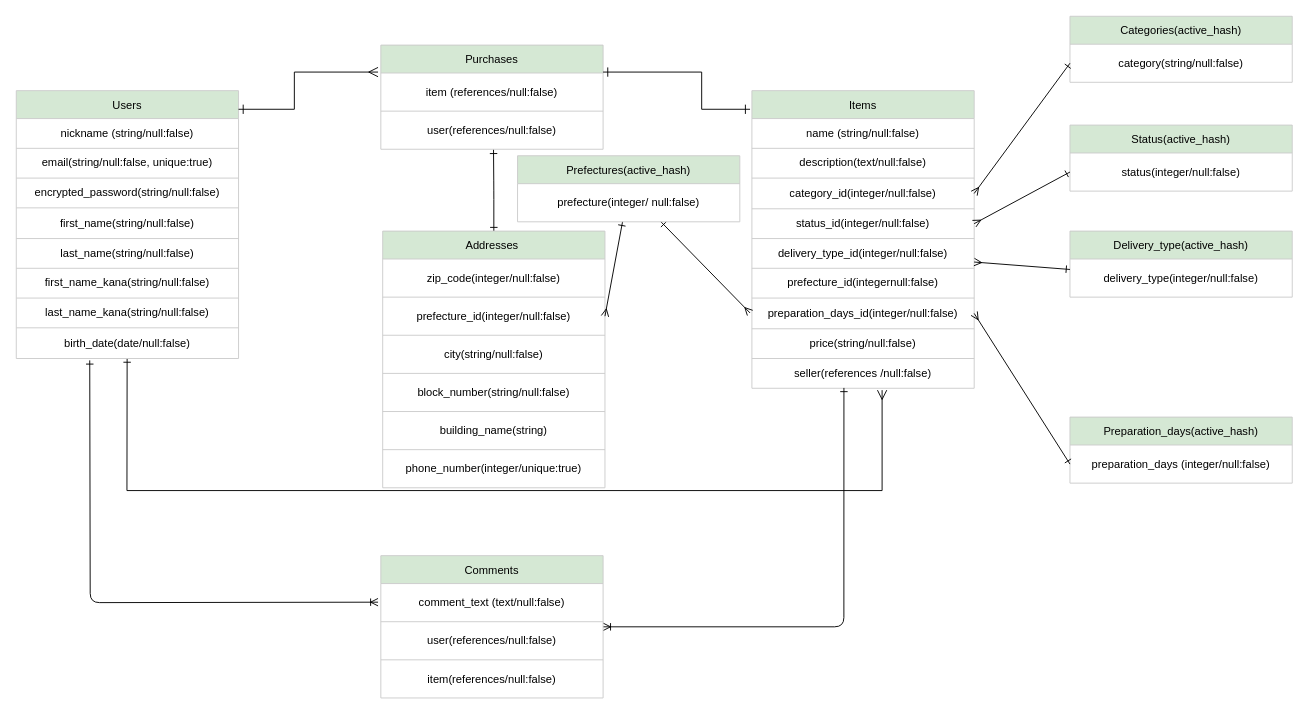
Earlier version of the draw.io diagram ER.dio (masahito19770526/furima-38965). Source tidied: cells renumbered, new cells numbered last; positions are measured from the earlier drawing's top-left corner, leaving out a move shared by most shapes. Both pictures are drawn from the tidied source at 93%, with x=0, y=0 at pixel (16, 16).
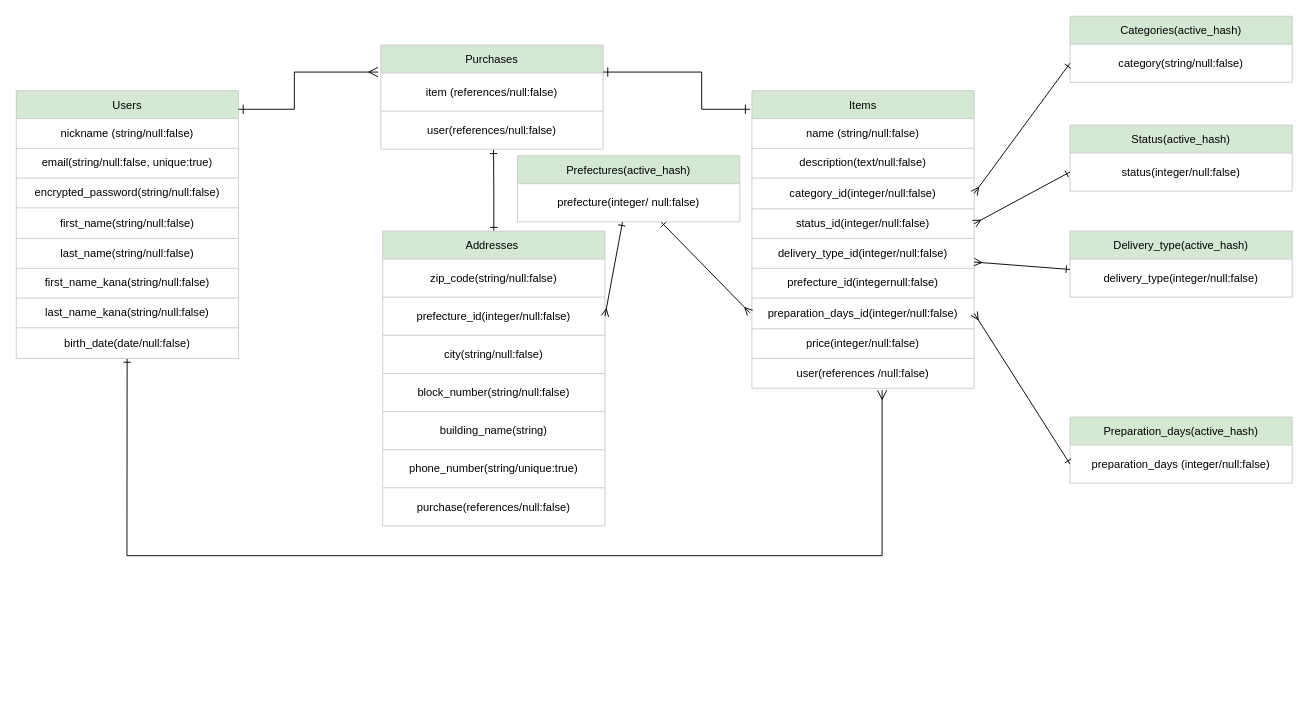
Above is the later version.

Unchanged cells that the change refers to:
```xml
<mxCell id="35" style="shape=tableRow;horizontal=0;startSize=0;swimlaneHead=0;swimlaneBody=0;top=0;left=0;bottom=0;right=0;fillColor=none;" parent="20" vertex="1">
  <mxGeometry y="256" width="239" height="32" as="geometry" />
</mxCell>
<mxCell id="37" style="shape=tableRow;horizontal=0;startSize=0;swimlaneHead=0;swimlaneBody=0;top=0;left=0;bottom=0;right=0;fillColor=none;points=[[0,0.5],[1,0.5]];portConstraint=eastwest;" parent="20" vertex="1">
  <mxGeometry y="288" width="239" height="32" as="geometry" />
</mxCell>
<mxCell id="54" style="shape=tableRow;horizontal=0;startSize=0;swimlaneHead=0;swimlaneBody=0;top=0;left=0;bottom=0;right=0;fillColor=none;" parent="53" vertex="1">
  <mxGeometry y="30" width="239" height="41" as="geometry" />
</mxCell>
<mxCell id="64" style="shape=tableRow;horizontal=0;startSize=0;swimlaneHead=0;swimlaneBody=0;top=0;left=0;bottom=0;right=0;fillColor=none;" parent="53" vertex="1">
  <mxGeometry y="235" width="239" height="41" as="geometry" />
</mxCell>
```

Diff of the diagram source:
```diff
@@
     <mxCell id="2" style="edgeStyle=none;html=1;endArrow=ERone;endFill=0;" parent="1" edge="1">
       <mxGeometry relative="1" as="geometry">
-        <mxPoint x="119" y="510" as="sourcePoint" />
+        <mxPoint x="119" y="580" as="sourcePoint" />
         <mxPoint x="119.2" y="368" as="targetPoint" />
       </mxGeometry>
     </mxCell>
@@
-    <mxCell id="36" value="price(string/null:false)" style="shape=partialRectangle;html=1;whiteSpace=wrap;overflow=hidden;fillColor=none;top=0;left=0;bottom=0;right=0;" parent="35" vertex="1">
+    <mxCell id="36" value="price(integer/null:false)" style="shape=partialRectangle;html=1;whiteSpace=wrap;overflow=hidden;fillColor=none;top=0;left=0;bottom=0;right=0;" parent="35" vertex="1">
       <mxGeometry width="239" height="32" as="geometry" />
     </mxCell>
@@
-    <mxCell id="38" value="seller(references /null:false)" style="shape=partialRectangle;html=1;whiteSpace=wrap;overflow=hidden;fillColor=none;top=0;left=0;bottom=0;right=0;" parent="37" vertex="1">
+    <mxCell id="38" value="user(references /null:false)" style="shape=partialRectangle;html=1;whiteSpace=wrap;overflow=hidden;fillColor=none;top=0;left=0;bottom=0;right=0;" parent="37" vertex="1">
       <mxGeometry width="239" height="32" as="geometry" />
     </mxCell>
@@
-    <mxCell id="44" style="edgeStyle=orthogonalEdgeStyle;html=1;exitX=1;exitY=0.5;exitDx=0;exitDy=0;entryX=0.414;entryY=0.988;entryDx=0;entryDy=0;entryPerimeter=0;startArrow=ERoneToMany;startFill=0;endArrow=ERone;endFill=0;" parent="1" edge="1" source="45" target="37">
-      <mxGeometry relative="1" as="geometry" />
-    </mxCell>
-    <mxCell id="45" value="Comments" style="shape=table;startSize=30;childLayout=tableLayout;fillColor=#d5e8d4;strokeColor=#CCCCCC;" parent="1" vertex="1">
-      <mxGeometry x="392" y="580" width="239" height="153" as="geometry" />
-    </mxCell>
-    <mxCell id="46" style="shape=tableRow;horizontal=0;startSize=0;swimlaneHead=0;swimlaneBody=0;top=0;left=0;bottom=0;right=0;fillColor=none;" parent="45" vertex="1">
-      <mxGeometry y="30" width="239" height="41" as="geometry" />
-    </mxCell>
-    <mxCell id="47" value="comment_text (text/null:false)" style="shape=partialRectangle;html=1;whiteSpace=wrap;overflow=hidden;fillColor=none;top=0;left=0;bottom=0;right=0;" parent="46" vertex="1">
-      <mxGeometry width="239" height="41" as="geometry" />
-    </mxCell>
-    <mxCell id="48" style="shape=tableRow;horizontal=0;startSize=0;swimlaneHead=0;swimlaneBody=0;top=0;left=0;bottom=0;right=0;fillColor=none;" parent="45" vertex="1">
-      <mxGeometry y="71" width="239" height="41" as="geometry" />
-    </mxCell>
-    <mxCell id="49" value="user(references/null:false)" style="shape=partialRectangle;html=1;whiteSpace=wrap;overflow=hidden;fillColor=none;top=0;left=0;bottom=0;right=0;" parent="48" vertex="1">
-      <mxGeometry width="239" height="41" as="geometry" />
-    </mxCell>
-    <mxCell id="50" style="shape=tableRow;horizontal=0;startSize=0;swimlaneHead=0;swimlaneBody=0;top=0;left=0;bottom=0;right=0;fillColor=none;" parent="45" vertex="1">
-      <mxGeometry y="112" width="239" height="41" as="geometry" />
-    </mxCell>
-    <mxCell id="51" value="item(references/null:false)" style="shape=partialRectangle;html=1;whiteSpace=wrap;overflow=hidden;fillColor=none;top=0;left=0;bottom=0;right=0;" parent="50" vertex="1">
-      <mxGeometry width="239" height="41" as="geometry" />
-    </mxCell>
@@
     <mxCell id="53" value="Addresses " style="shape=table;startSize=30;childLayout=tableLayout;fillColor=#d5e8d4;strokeColor=#CCCCCC;" parent="1" vertex="1">
-      <mxGeometry x="394" y="231" width="239" height="276" as="geometry" />
+      <mxGeometry x="394" y="231" width="239" height="317" as="geometry" />
     </mxCell>
@@
-    <mxCell id="55" value="zip_code(integer/null:false)" style="shape=partialRectangle;html=1;whiteSpace=wrap;overflow=hidden;fillColor=none;top=0;left=0;bottom=0;right=0;" parent="54" vertex="1">
+    <mxCell id="55" value="zip_code(string/null:false)" style="shape=partialRectangle;html=1;whiteSpace=wrap;overflow=hidden;fillColor=none;top=0;left=0;bottom=0;right=0;" parent="54" vertex="1">
       <mxGeometry width="239" height="41" as="geometry" />
     </mxCell>
@@
-    <mxCell id="65" value="phone_number(integer/unique:true)" style="shape=partialRectangle;html=1;whiteSpace=wrap;overflow=hidden;fillColor=none;top=0;left=0;bottom=0;right=0;" parent="64" vertex="1">
+    <mxCell id="65" value="phone_number(string/unique:true)" style="shape=partialRectangle;html=1;whiteSpace=wrap;overflow=hidden;fillColor=none;top=0;left=0;bottom=0;right=0;" parent="64" vertex="1">
       <mxGeometry width="239" height="41" as="geometry" />
     </mxCell>
+    <mxCell id="91" style="shape=tableRow;horizontal=0;startSize=0;swimlaneHead=0;swimlaneBody=0;top=0;left=0;bottom=0;right=0;fillColor=none;" parent="53" vertex="1">
+      <mxGeometry y="276" width="239" height="41" as="geometry" />
+    </mxCell>
+    <mxCell id="92" value="purchase(references/null:false)" style="shape=partialRectangle;html=1;whiteSpace=wrap;overflow=hidden;fillColor=none;top=0;left=0;bottom=0;right=0;" parent="91" vertex="1">
+      <mxGeometry width="239" height="41" as="geometry" />
+    </mxCell>
     <mxCell id="66" style="edgeStyle=elbowEdgeStyle;elbow=horizontal;endArrow=ERmany;html=1;curved=0;rounded=0;endSize=8;startSize=8;endFill=0;entryX=0.585;entryY=1.063;entryDx=0;entryDy=0;entryPerimeter=0;" parent="1" edge="1" target="37">
       <mxGeometry relative="1" as="geometry">
-        <mxPoint x="119" y="510" as="sourcePoint" />
+        <mxPoint x="119" y="580" as="sourcePoint" />
         <Array as="points">
           <mxPoint x="931" y="490" />
         </Array>
       </mxGeometry>
     </mxCell>
@@
-    <mxCell id="69" style="edgeStyle=orthogonalEdgeStyle;html=1;startArrow=ERoneToMany;startFill=0;endArrow=ERone;endFill=0;" parent="1" edge="1">
-      <mxGeometry relative="1" as="geometry">
-        <mxPoint x="389" y="630" as="sourcePoint" />
-        <mxPoint x="79" y="370" as="targetPoint" />
-      </mxGeometry>
-    </mxCell>
```
